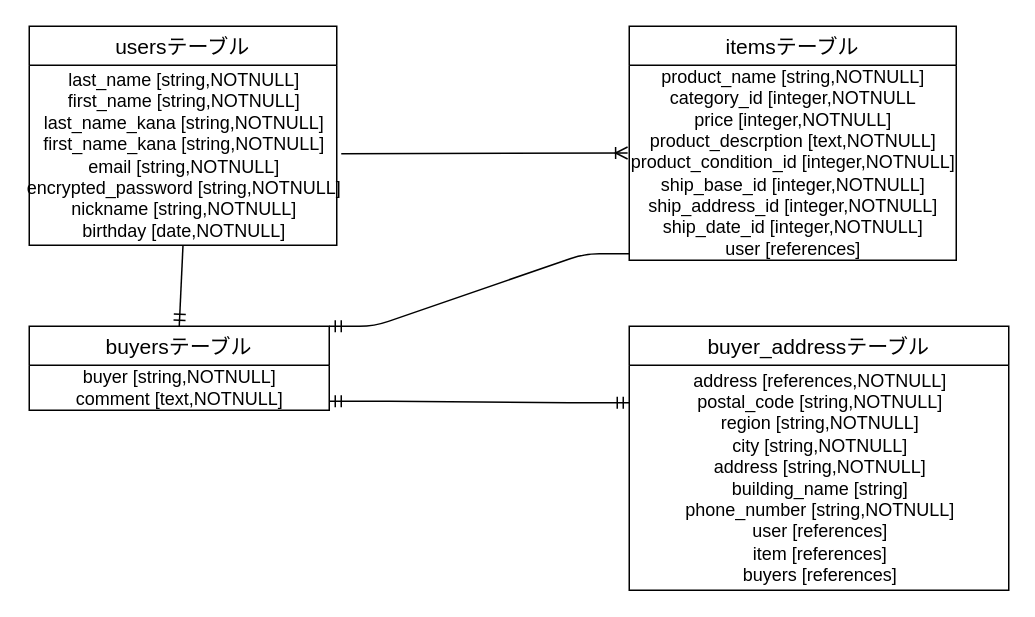
Earlier version of the draw.io diagram config/furima.dio (AtsuyaMoritani/furima-35562). Source tidied: cells renumbered, new cells numbered last; positions are measured from the earlier drawing's top-left corner, leaving out a move shared by most shapes. Both pictures are drawn from the tidied source at 150%, with x=0, y=0 at pixel (28, 26).
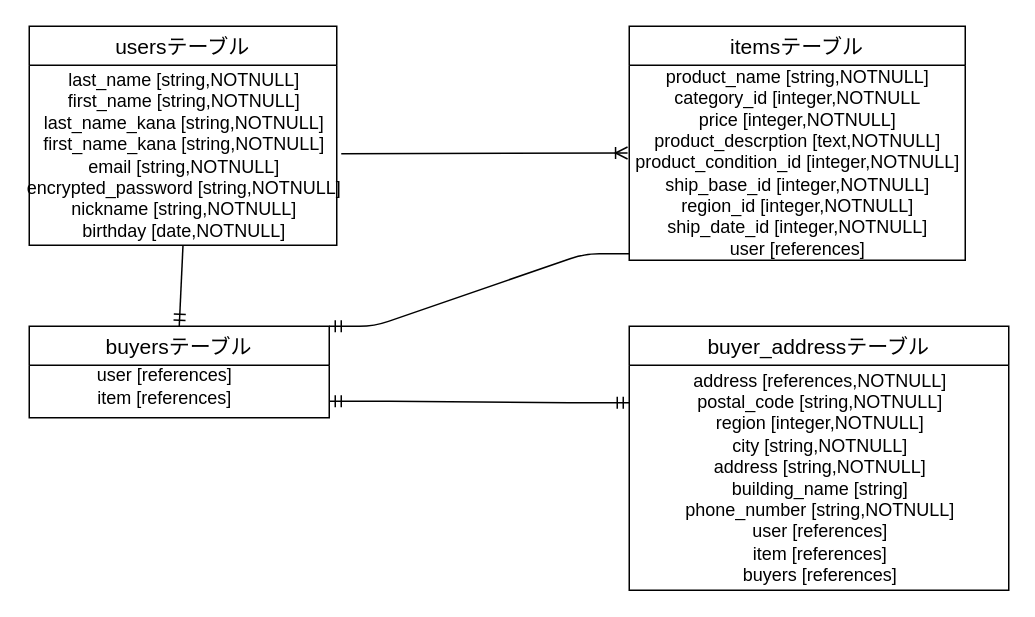
After the change.

The edit, as a diff of the source:
```diff
@@
 <mxGraphModel>
   <root>
     <mxCell id="0" />
     <mxCell id="1" parent="0" />
     <mxCell id="2" value="usersテーブル" style="swimlane;fontStyle=0;horizontal=1;startSize=26;align=center;fontSize=14;" parent="1" vertex="1">
       <mxGeometry width="205" height="146" as="geometry" />
     </mxCell>
     <mxCell id="3" value="last_name [string,NOTNULL]&lt;br&gt;first_name [string,NOTNULL]&lt;br&gt;last_name_kana [string,NOTNULL]&lt;br&gt;first_name_kana [string,NOTNULL]&lt;br&gt;email [string,NOTNULL]&lt;br&gt;encrypted_password [string,NOTNULL]&lt;br&gt;nickname [string,NOTNULL]&lt;br&gt;birthday [date,NOTNULL]" style="text;html=1;align=center;verticalAlign=middle;" parent="2" vertex="1">
       <mxGeometry y="26" width="205" height="120" as="geometry" />
     </mxCell>
     <mxCell id="4" value="itemsテーブル" style="swimlane;fontStyle=0;horizontal=1;startSize=26;align=center;fontSize=14;" parent="1" vertex="1">
-      <mxGeometry x="400" width="218" height="156" as="geometry" />
+      <mxGeometry x="400" width="224" height="156" as="geometry" />
     </mxCell>
-    <mxCell id="5" value="product_name [string,NOTNULL]&lt;br&gt;category_id [integer,NOTNULL&lt;br&gt;price [integer,NOTNULL]&lt;br&gt;product_descrption [text,NOTNULL]&lt;br&gt;product_condition_id [integer,NOTNULL]&lt;br&gt;ship_base_id [integer,NOTNULL]&lt;br&gt;ship_address_id [integer,NOTNULL]&lt;br&gt;ship_date_id [integer,NOTNULL]&lt;br&gt;user [references]" style="text;html=1;align=center;verticalAlign=middle;points=[];" parent="4" vertex="1">
-      <mxGeometry y="26" width="218" height="130" as="geometry" />
+    <mxCell id="5" value="product_name [string,NOTNULL]&lt;br&gt;category_id [integer,NOTNULL&lt;br&gt;price [integer,NOTNULL]&lt;br&gt;product_descrption [text,NOTNULL]&lt;br&gt;product_condition_id [integer,NOTNULL]&lt;br&gt;ship_base_id [integer,NOTNULL]&lt;br&gt;region_id [integer,NOTNULL]&lt;br&gt;ship_date_id [integer,NOTNULL]&lt;br&gt;user [references]" style="text;html=1;align=center;verticalAlign=middle;points=[];" parent="4" vertex="1">
+      <mxGeometry y="26" width="224" height="130" as="geometry" />
     </mxCell>
     <mxCell id="6" style="fontSize=12;html=1;endArrow=ERoneToMany;entryX=-0.005;entryY=0.45;entryDx=0;entryDy=0;entryPerimeter=0;" parent="1" edge="1" target="5">
       <mxGeometry relative="1" as="geometry">
         <mxPoint x="208" y="85" as="sourcePoint" />
       </mxGeometry>
     </mxCell>
     <mxCell id="7" value="buyersテーブル" style="swimlane;fontStyle=0;horizontal=1;startSize=26;align=center;fontSize=14;" parent="1" vertex="1">
-      <mxGeometry y="200" width="200" height="56" as="geometry" />
+      <mxGeometry y="200" width="200" height="61" as="geometry" />
     </mxCell>
-    <mxCell id="8" value="buyer [string,NOTNULL]&lt;br&gt;comment [text,NOTNULL]" style="text;html=1;align=center;verticalAlign=middle;" parent="7" vertex="1">
-      <mxGeometry y="26" width="200" height="30" as="geometry" />
-    </mxCell>
     <mxCell id="9" value="buyer_addressテーブル" style="swimlane;fontStyle=0;horizontal=1;startSize=26;align=center;fontSize=14;" parent="1" vertex="1">
       <mxGeometry x="400" y="200" width="253" height="176" as="geometry" />
     </mxCell>
-    <mxCell id="10" value="address [references,NOTNULL]&lt;br&gt;postal_code [string,NOTNULL]&lt;br&gt;region [string,NOTNULL]&lt;br&gt;city [string,NOTNULL]&lt;br&gt;address [string,NOTNULL]&lt;br&gt;building_name [string]&lt;br&gt;phone_number [string,NOTNULL]&lt;br&gt;user [references]&lt;br&gt;item [references]&lt;br&gt;buyers [references]" style="text;html=1;align=center;verticalAlign=middle;" parent="9" vertex="1">
+    <mxCell id="10" value="address [references,NOTNULL]&lt;br&gt;postal_code [string,NOTNULL]&lt;br&gt;region [integer,NOTNULL]&lt;br&gt;city [string,NOTNULL]&lt;br&gt;address [string,NOTNULL]&lt;br&gt;building_name [string]&lt;br&gt;phone_number [string,NOTNULL]&lt;br&gt;user [references]&lt;br&gt;item [references]&lt;br&gt;buyers [references]" style="text;html=1;align=center;verticalAlign=middle;" parent="9" vertex="1">
       <mxGeometry y="26" width="253" height="150" as="geometry" />
     </mxCell>
     <mxCell id="11" style="edgeStyle=entityRelationEdgeStyle;fontSize=12;html=1;endArrow=ERmandOne;startArrow=ERmandOne;" parent="1" edge="1">
       <mxGeometry relative="1" as="geometry">
         <mxPoint x="200" y="250" as="sourcePoint" />
         <mxPoint x="400" y="251" as="targetPoint" />
       </mxGeometry>
     </mxCell>
     <mxCell id="12" style="edgeStyle=entityRelationEdgeStyle;fontSize=12;html=1;endArrow=ERmandOne;entryX=1;entryY=0;entryDx=0;entryDy=0;exitX=0;exitY=0.967;exitDx=0;exitDy=0;exitPerimeter=0;" parent="1" edge="1" source="5" target="7">
       <mxGeometry relative="1" as="geometry" />
     </mxCell>
     <mxCell id="13" style="fontSize=12;html=1;endArrow=ERmandOne;exitX=0.5;exitY=1;exitDx=0;exitDy=0;entryX=0.5;entryY=0;entryDx=0;entryDy=0;" parent="1" edge="1" source="2" target="7">
       <mxGeometry relative="1" as="geometry" />
     </mxCell>
+    <mxCell id="14" value="user [references]&lt;br&gt;item [references]" style="text;html=1;align=center;verticalAlign=middle;" parent="1" vertex="1">
+      <mxGeometry x="35" y="225" width="110" height="30" as="geometry" />
+    </mxCell>
   </root>
 </mxGraphModel>
```
